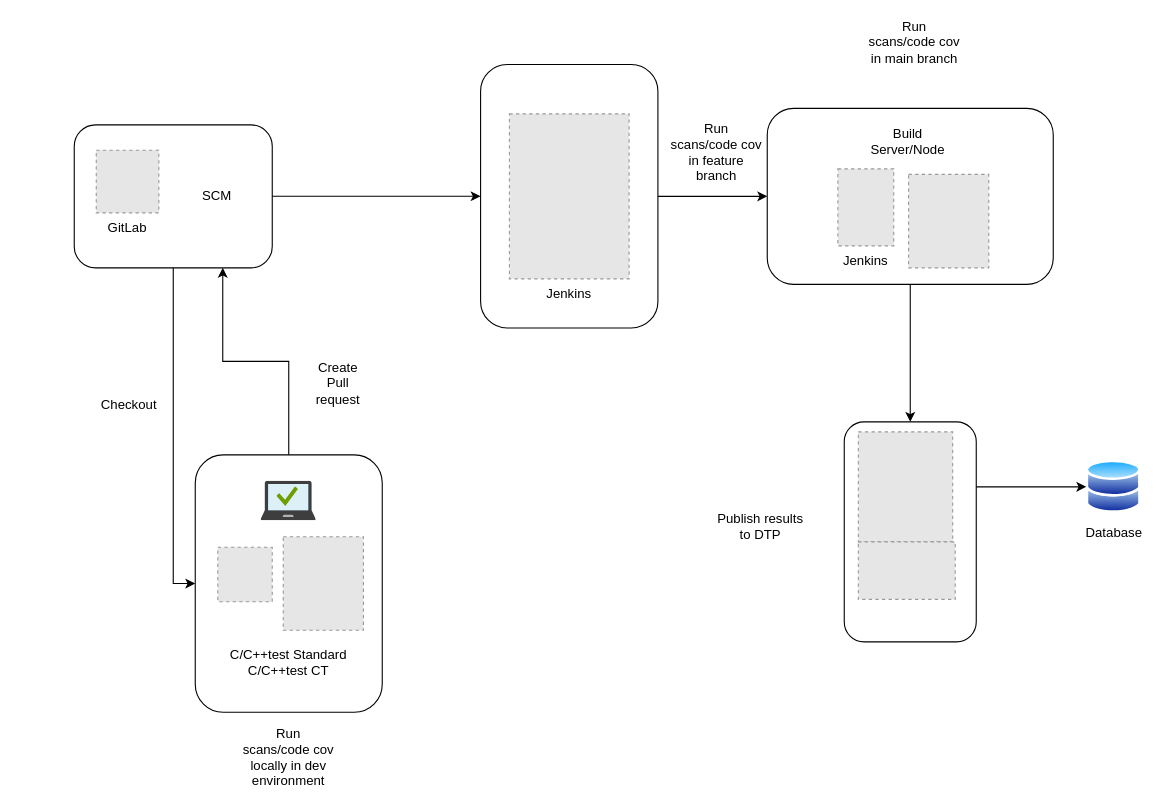
gtrofimov/draw-io-projects keeps this draw.io diagram as cpptest.drawio. Above is the earlier version. Source tidied: cells renumbered, new cells numbered last; positions are measured from the earlier drawing's top-left corner, leaving out a move shared by most shapes. Both pictures are drawn from the tidied source at 110%, with x=0, y=0 at pixel (41, 25). Pictures stored in the file or linked from it are replaced by grey dashed boxes.
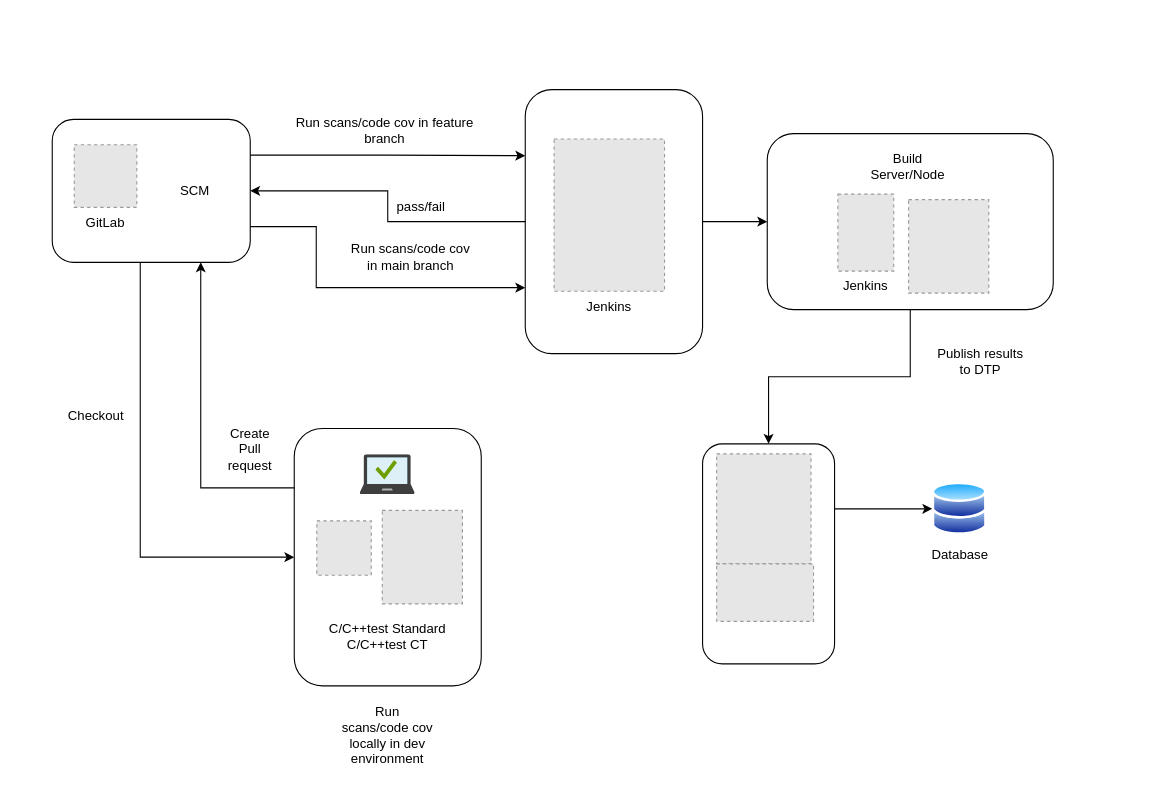
The same diagram, later.

Unchanged cells that the change refers to:
```xml
<mxCell id="5" style="rounded=1;whiteSpace=wrap;html=1;" parent="4" vertex="1">
  <mxGeometry width="170" height="234" as="geometry" />
</mxCell>
<mxCell id="11" style="rounded=1;whiteSpace=wrap;html=1;" parent="10" vertex="1">
  <mxGeometry x="30" y="10" width="180" height="130" as="geometry" />
</mxCell>
```

What changed in the source:
```diff
@@
     <mxCell id="2" style="edgeStyle=orthogonalEdgeStyle;rounded=0;jettySize=auto;html=1;entryX=0;entryY=0.5;entryDx=0;entryDy=0;" parent="1" edge="1" source="11" target="5">
-      <mxGeometry relative="1" as="geometry" />
+      <mxGeometry relative="1" as="geometry">
+        <Array as="points">
+          <mxPoint x="90" y="483" />
+        </Array>
+      </mxGeometry>
     </mxCell>
     <mxCell id="3" value="Database" style="image;perimeter=ellipsePerimeter;html=1;align=center;shadow=0;dashed=0;spacingTop=3;image=img/lib/active_directory/databases.svg;" parent="1" vertex="1">
-      <mxGeometry x="950" y="394.6" width="50" height="49" as="geometry" />
+      <mxGeometry x="810" y="414.6" width="50" height="49" as="geometry" />
     </mxCell>
     <mxCell id="4" style="group;" parent="1" vertex="1">
-      <mxGeometry x="140" y="390" width="170" height="234" as="geometry" />
+      <mxGeometry x="230" y="366" width="170" height="234" as="geometry" />
     </mxCell>
@@
     <mxCell id="10" style="group;" parent="1" vertex="1">
-      <mxGeometry y="80" width="300" height="150" as="geometry" />
+      <mxGeometry x="-20" y="75" width="347.9" height="150" as="geometry" />
     </mxCell>
@@
     <mxCell id="14" style="edgeStyle=orthogonalEdgeStyle;rounded=0;jettySize=auto;html=1;entryX=0.75;entryY=1;entryDx=0;entryDy=0;" parent="1" edge="1" source="5" target="11">
-      <mxGeometry relative="1" as="geometry" />
+      <mxGeometry relative="1" as="geometry">
+        <Array as="points">
+          <mxPoint x="145" y="420" />
+        </Array>
+      </mxGeometry>
     </mxCell>
-    <mxCell id="15" style="edgeStyle=orthogonalEdgeStyle;rounded=0;jettySize=auto;html=1;entryX=0;entryY=0.5;entryDx=0;entryDy=0;" parent="1" edge="1" source="11" target="17">
-      <mxGeometry relative="1" as="geometry" />
-    </mxCell>
     <mxCell id="16" style="group;" parent="1" vertex="1">
-      <mxGeometry x="399.4" y="35.2" width="161.2" height="239.5" as="geometry" />
+      <mxGeometry x="440" y="58" width="161.2" height="240" as="geometry" />
     </mxCell>
     <mxCell id="17" style="rounded=1;whiteSpace=wrap;html=1;" parent="16" vertex="1">
-      <mxGeometry width="161.2" height="239.5" as="geometry" />
+      <mxGeometry width="161.2" height="240" as="geometry" />
     </mxCell>
     <mxCell id="18" value="Jenkins" style="fillColor=#E6E6E6;strokeColor=#999999;dashed=1;verticalLabelPosition=bottom;verticalAlign=top;" parent="16" vertex="1">
-      <mxGeometry x="26.2" y="44.8" width="108.8" height="150" as="geometry" />
+      <mxGeometry x="26.2" y="44.8" width="100.4" height="138.5" as="geometry" />
     </mxCell>
@@
     <mxCell id="20" style="group;" parent="1" vertex="1">
-      <mxGeometry x="730" y="360" width="120" height="200" as="geometry" />
+      <mxGeometry x="601.2" y="380" width="120" height="200" as="geometry" />
     </mxCell>
@@
     <mxCell id="24" value="Checkout" style="text;html=1;align=center;verticalAlign=middle;whiteSpace=wrap;rounded=0;" parent="1" vertex="1">
-      <mxGeometry x="50" y="330" width="60" height="30" as="geometry" />
+      <mxGeometry x="20" y="340" width="60" height="30" as="geometry" />
     </mxCell>
     <mxCell id="25" value="Create Pull request" style="text;html=1;align=center;verticalAlign=middle;whiteSpace=wrap;rounded=0;" parent="1" vertex="1">
-      <mxGeometry x="240" y="310" width="60" height="30" as="geometry" />
+      <mxGeometry x="160" y="370" width="60" height="30" as="geometry" />
     </mxCell>
-    <mxCell id="26" value="Run scans/code cov in feature branch" style="text;html=1;align=center;verticalAlign=middle;whiteSpace=wrap;rounded=0;" parent="1" vertex="1">
-      <mxGeometry x="570" y="100" width="87.8" height="30" as="geometry" />
-    </mxCell>
     <mxCell id="27" value="Run scans/code cov locally in dev environment" style="text;html=1;align=center;verticalAlign=middle;whiteSpace=wrap;rounded=0;" parent="1" vertex="1">
-      <mxGeometry x="181.1" y="650" width="87.8" height="30" as="geometry" />
+      <mxGeometry x="271.1" y="630" width="87.8" height="30" as="geometry" />
     </mxCell>
     <mxCell id="28" value="Run scans/code cov in main branch" style="text;html=1;align=center;verticalAlign=middle;whiteSpace=wrap;rounded=0;" parent="1" vertex="1">
-      <mxGeometry x="750" width="87.8" height="30" as="geometry" />
+      <mxGeometry x="277" y="195" width="117.8" height="30" as="geometry" />
     </mxCell>
     <mxCell id="29" value="Publish results to DTP" style="text;html=1;align=center;verticalAlign=middle;whiteSpace=wrap;rounded=0;" parent="1" vertex="1">
-      <mxGeometry x="610" y="440" width="87.8" height="30" as="geometry" />
+      <mxGeometry x="810" y="290" width="87.8" height="30" as="geometry" />
     </mxCell>
     <mxCell id="30" style="group;" parent="1" vertex="1">
-      <mxGeometry x="660" y="75" width="260" height="160" as="geometry" />
+      <mxGeometry x="660" y="98" width="260" height="160" as="geometry" />
     </mxCell>
@@
+    <mxCell id="26" value="Run scans/code cov in feature branch" style="text;html=1;align=center;verticalAlign=middle;whiteSpace=wrap;rounded=0;" parent="1" vertex="1">
+      <mxGeometry x="230" y="80" width="164.8" height="30" as="geometry" />
+    </mxCell>
+    <mxCell id="37" style="edgeStyle=orthogonalEdgeStyle;rounded=0;jettySize=auto;html=1;exitX=1;exitY=0.25;exitDx=0;exitDy=0;entryX=0;entryY=0.25;entryDx=0;entryDy=0;" parent="1" edge="1" source="11" target="17">
+      <mxGeometry relative="1" as="geometry" />
+    </mxCell>
+    <mxCell id="38" style="edgeStyle=orthogonalEdgeStyle;rounded=0;jettySize=auto;html=1;entryX=1;entryY=0.5;entryDx=0;entryDy=0;" parent="1" edge="1" source="17" target="11">
+      <mxGeometry relative="1" as="geometry" />
+    </mxCell>
+    <mxCell id="39" value="pass/fail" style="text;html=1;align=center;verticalAlign=middle;strokeColor=none;fillColor=none;" parent="1" vertex="1">
+      <mxGeometry x="310" y="150" width="70" height="30" as="geometry" />
+    </mxCell>
+    <mxCell id="40" style="edgeStyle=orthogonalEdgeStyle;rounded=0;jettySize=auto;html=1;exitX=1;exitY=0.75;exitDx=0;exitDy=0;entryX=0;entryY=0.75;entryDx=0;entryDy=0;" parent="1" edge="1" source="11" target="17">
+      <mxGeometry relative="1" as="geometry">
+        <Array as="points">
+          <mxPoint x="250" y="182" />
+          <mxPoint x="250" y="238" />
+        </Array>
+      </mxGeometry>
+    </mxCell>
```
